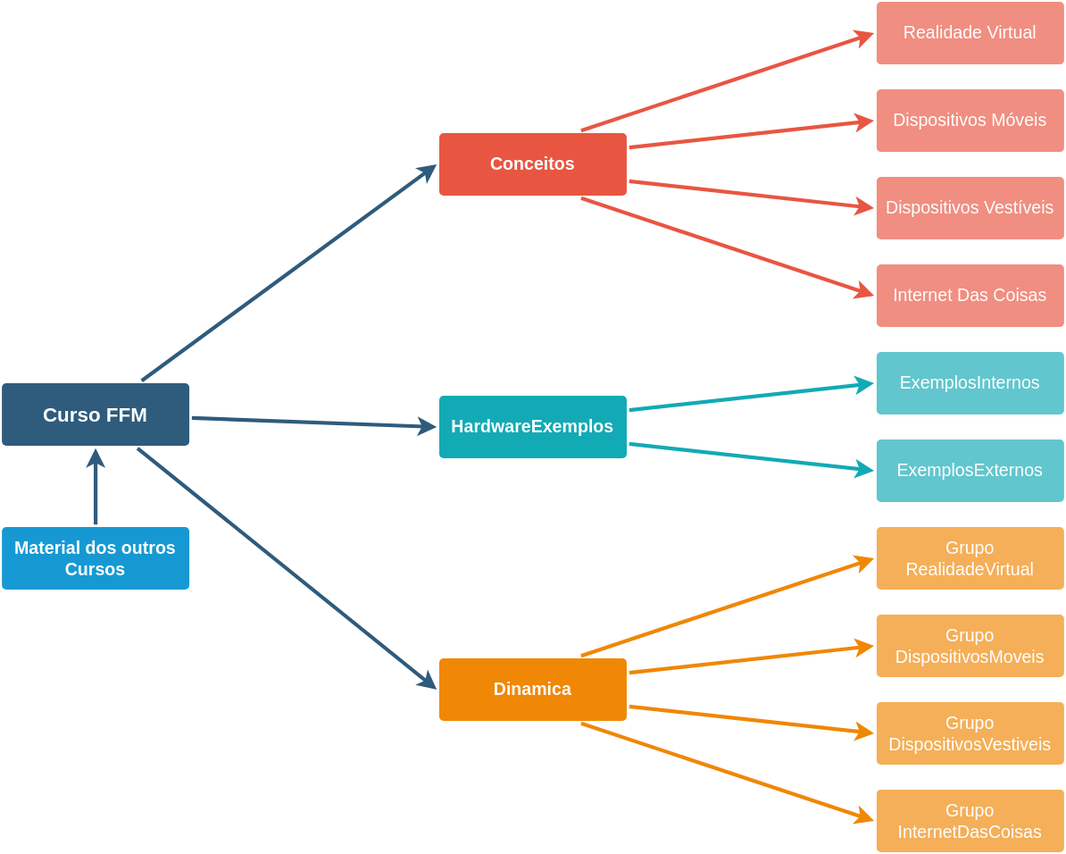
Before: VisaoGeral.drawio.svg, a diagram exported from draw.io (dalton-reis/cursoFFM). Source tidied: cells renumbered, new cells last; positions are measured from the earlier drawing's top-left corner, leaving out a move shared by most shapes. Its diagram source:
```xml
<mxGraphModel>
  <root>
    <mxCell id="0" />
    <mxCell id="1" parent="0" />
    <mxCell id="2" style="edgeStyle=none;rounded=0;jumpStyle=none;html=1;shadow=0;labelBackgroundColor=none;startArrow=none;startFill=0;endArrow=classic;endFill=1;jettySize=auto;strokeColor=#2F5B7C;strokeWidth=3;fontFamily=Helvetica;fontSize=16;fontColor=#23445D;spacing=5;entryX=0;entryY=0.5;entryDx=0;entryDy=0;" parent="1" edge="1" source="6" target="24">
      <mxGeometry relative="1" as="geometry" />
    </mxCell>
    <mxCell id="3" style="edgeStyle=none;rounded=0;jumpStyle=none;html=1;shadow=0;labelBackgroundColor=none;startArrow=none;startFill=0;endArrow=classic;endFill=1;jettySize=auto;strokeColor=#2F5B7C;strokeWidth=3;fontFamily=Helvetica;fontSize=16;fontColor=#23445D;spacing=5;entryX=0;entryY=0.5;entryDx=0;entryDy=0;" parent="1" edge="1" source="6" target="18">
      <mxGeometry relative="1" as="geometry" />
    </mxCell>
    <mxCell id="4" style="edgeStyle=none;rounded=0;jumpStyle=none;html=1;shadow=0;labelBackgroundColor=none;startArrow=none;startFill=0;endArrow=classic;endFill=1;jettySize=auto;strokeColor=#2F5B7C;strokeWidth=3;fontFamily=Helvetica;fontSize=16;fontColor=#23445D;spacing=5;entryX=0.5;entryY=1;entryDx=0;entryDy=0;exitX=0.5;exitY=0;exitDx=0;exitDy=0;" parent="1" edge="1" source="14" target="6">
      <mxGeometry relative="1" as="geometry" />
    </mxCell>
    <mxCell id="5" style="edgeStyle=none;rounded=0;jumpStyle=none;html=1;shadow=0;labelBackgroundColor=none;startArrow=none;startFill=0;endArrow=classic;endFill=1;jettySize=auto;strokeColor=#2F5B7C;strokeWidth=3;fontFamily=Helvetica;fontSize=16;fontColor=#23445D;spacing=5;entryX=0;entryY=0.5;entryDx=0;entryDy=0;" parent="1" edge="1" source="6" target="10">
      <mxGeometry relative="1" as="geometry" />
    </mxCell>
    <mxCell id="6" value="Curso FFM" style="rounded=1;whiteSpace=wrap;html=1;shadow=0;labelBackgroundColor=none;strokeColor=none;strokeWidth=3;fillColor=#2F5B7C;fontFamily=Helvetica;fontSize=16;fontColor=#FFFFFF;align=center;fontStyle=1;spacing=5;arcSize=7;perimeterSpacing=2;" parent="1" vertex="1">
      <mxGeometry y="305" width="150" height="50" as="geometry" />
    </mxCell>
    <mxCell id="7" style="edgeStyle=none;rounded=1;jumpStyle=none;html=1;shadow=0;labelBackgroundColor=none;startArrow=none;startFill=0;jettySize=auto;strokeColor=#E85642;strokeWidth=3;fontFamily=Helvetica;fontSize=14;fontColor=#FFFFFF;spacing=5;fontStyle=1;fillColor=#b0e3e6;exitX=0.75;exitY=0;exitDx=0;exitDy=0;entryX=0;entryY=0.5;entryDx=0;entryDy=0;" parent="1" edge="1" source="10" target="13">
      <mxGeometry relative="1" as="geometry" />
    </mxCell>
    <mxCell id="8" style="edgeStyle=none;rounded=1;jumpStyle=none;html=1;shadow=0;labelBackgroundColor=none;startArrow=none;startFill=0;jettySize=auto;strokeColor=#E85642;strokeWidth=3;fontFamily=Helvetica;fontSize=14;fontColor=#FFFFFF;spacing=5;fontStyle=1;fillColor=#b0e3e6;exitX=1;exitY=0.25;exitDx=0;exitDy=0;entryX=0;entryY=0.5;entryDx=0;entryDy=0;" parent="1" edge="1" source="10" target="12">
      <mxGeometry relative="1" as="geometry" />
    </mxCell>
    <mxCell id="9" style="edgeStyle=none;rounded=1;jumpStyle=none;html=1;shadow=0;labelBackgroundColor=none;startArrow=none;startFill=0;jettySize=auto;strokeColor=#E85642;strokeWidth=3;fontFamily=Helvetica;fontSize=14;fontColor=#FFFFFF;spacing=5;fontStyle=1;fillColor=#b0e3e6;exitX=1;exitY=0.75;exitDx=0;exitDy=0;entryX=0;entryY=0.5;entryDx=0;entryDy=0;" parent="1" edge="1" source="10" target="11">
      <mxGeometry relative="1" as="geometry" />
    </mxCell>
    <mxCell id="10" value="Conceitos" style="rounded=1;whiteSpace=wrap;html=1;shadow=0;labelBackgroundColor=none;strokeColor=none;strokeWidth=3;fillColor=#e85642;fontFamily=Helvetica;fontSize=14;fontColor=#FFFFFF;align=center;spacing=5;fontStyle=1;arcSize=7;perimeterSpacing=2;" parent="1" vertex="1">
      <mxGeometry x="350" y="105" width="150" height="50" as="geometry" />
    </mxCell>
    <mxCell id="11" value="Dispositivos Vestíveis" style="rounded=1;whiteSpace=wrap;html=1;shadow=0;labelBackgroundColor=none;strokeColor=none;strokeWidth=3;fillColor=#f08e81;fontFamily=Helvetica;fontSize=14;fontColor=#FFFFFF;align=center;spacing=5;fontStyle=0;arcSize=7;perimeterSpacing=2;" parent="1" vertex="1">
      <mxGeometry x="700" y="140" width="150" height="50" as="geometry" />
    </mxCell>
    <mxCell id="12" value="Dispositivos Móveis" style="rounded=1;whiteSpace=wrap;html=1;shadow=0;labelBackgroundColor=none;strokeColor=none;strokeWidth=3;fillColor=#f08e81;fontFamily=Helvetica;fontSize=14;fontColor=#FFFFFF;align=center;spacing=5;fontStyle=0;arcSize=7;perimeterSpacing=2;" parent="1" vertex="1">
      <mxGeometry x="700" y="70" width="150" height="50" as="geometry" />
    </mxCell>
    <mxCell id="13" value="Realidade Virtual" style="rounded=1;whiteSpace=wrap;html=1;shadow=0;labelBackgroundColor=none;strokeColor=none;strokeWidth=3;fillColor=#f08e81;fontFamily=Helvetica;fontSize=14;fontColor=#FFFFFF;align=center;spacing=5;fontStyle=0;arcSize=7;perimeterSpacing=2;" parent="1" vertex="1">
      <mxGeometry x="700" width="150" height="50" as="geometry" />
    </mxCell>
    <mxCell id="14" value="Material dos outros Cursos" style="rounded=1;whiteSpace=wrap;html=1;shadow=0;labelBackgroundColor=none;strokeColor=none;strokeWidth=3;fillColor=#1699d3;fontFamily=Helvetica;fontSize=14;fontColor=#FFFFFF;align=center;spacing=5;fontStyle=1;arcSize=7;perimeterSpacing=2;" parent="1" vertex="1">
      <mxGeometry y="420" width="150" height="50" as="geometry" />
    </mxCell>
    <mxCell id="15" value="Grupo&lt;br&gt;DispositivosVestiveis" style="rounded=1;whiteSpace=wrap;html=1;shadow=0;labelBackgroundColor=none;strokeColor=none;strokeWidth=3;fillColor=#f5af58;fontFamily=Helvetica;fontSize=14;fontColor=#FFFFFF;align=center;spacing=5;arcSize=7;perimeterSpacing=2;" parent="1" vertex="1">
      <mxGeometry x="700" y="560" width="150" height="50" as="geometry" />
    </mxCell>
    <mxCell id="16" value="Grupo&lt;br&gt;DispositivosMoveis" style="rounded=1;whiteSpace=wrap;html=1;shadow=0;labelBackgroundColor=none;strokeColor=none;strokeWidth=3;fillColor=#f5af58;fontFamily=Helvetica;fontSize=14;fontColor=#FFFFFF;align=center;spacing=5;arcSize=7;perimeterSpacing=2;" parent="1" vertex="1">
      <mxGeometry x="700" y="490" width="150" height="50" as="geometry" />
    </mxCell>
    <mxCell id="17" style="edgeStyle=none;rounded=0;jumpStyle=none;html=1;shadow=0;labelBackgroundColor=none;startArrow=none;startFill=0;endArrow=classic;endFill=1;jettySize=auto;strokeColor=#F08705;strokeWidth=3;fontFamily=Helvetica;fontSize=14;fontColor=#FFFFFF;spacing=5;exitX=0.75;exitY=0;exitDx=0;exitDy=0;entryX=0;entryY=0.5;entryDx=0;entryDy=0;" parent="1" edge="1" source="24" target="25">
      <mxGeometry relative="1" as="geometry" />
    </mxCell>
    <mxCell id="18" value="HardwareExemplos" style="rounded=1;whiteSpace=wrap;html=1;shadow=0;labelBackgroundColor=none;strokeColor=none;strokeWidth=3;fillColor=#12aab5;fontFamily=Helvetica;fontSize=14;fontColor=#FFFFFF;align=center;spacing=5;fontStyle=1;arcSize=7;perimeterSpacing=2;" parent="1" vertex="1">
      <mxGeometry x="350" y="315" width="150" height="50" as="geometry" />
    </mxCell>
    <mxCell id="19" value="ExemplosExternos" style="rounded=1;whiteSpace=wrap;html=1;shadow=0;labelBackgroundColor=none;strokeColor=none;strokeWidth=3;fillColor=#61c6ce;fontFamily=Helvetica;fontSize=14;fontColor=#FFFFFF;align=center;spacing=5;fontStyle=0;arcSize=7;perimeterSpacing=2;" parent="1" vertex="1">
      <mxGeometry x="700" y="350" width="150" height="50" as="geometry" />
    </mxCell>
    <mxCell id="20" value="ExemplosInternos" style="rounded=1;whiteSpace=wrap;html=1;shadow=0;labelBackgroundColor=none;strokeColor=none;strokeWidth=3;fillColor=#61c6ce;fontFamily=Helvetica;fontSize=14;fontColor=#FFFFFF;align=center;spacing=5;fontStyle=0;arcSize=7;perimeterSpacing=2;" parent="1" vertex="1">
      <mxGeometry x="700" y="280" width="150" height="50" as="geometry" />
    </mxCell>
    <mxCell id="21" style="edgeStyle=none;rounded=1;jumpStyle=none;html=1;shadow=0;labelBackgroundColor=none;startArrow=none;startFill=0;jettySize=auto;strokeColor=#12AAB5;strokeWidth=3;fontFamily=Helvetica;fontSize=14;fontColor=#FFFFFF;spacing=5;fontStyle=1;fillColor=#b0e3e6;exitX=1;exitY=0.25;exitDx=0;exitDy=0;entryX=0;entryY=0.5;entryDx=0;entryDy=0;" parent="1" edge="1" source="18" target="20">
      <mxGeometry relative="1" as="geometry" />
    </mxCell>
    <mxCell id="22" value="Internet Das Coisas" style="rounded=1;whiteSpace=wrap;html=1;shadow=0;labelBackgroundColor=none;strokeColor=none;strokeWidth=3;fillColor=#f08e81;fontFamily=Helvetica;fontSize=14;fontColor=#FFFFFF;align=center;spacing=5;fontStyle=0;arcSize=7;perimeterSpacing=2;" parent="1" vertex="1">
      <mxGeometry x="700" y="210" width="150" height="50" as="geometry" />
    </mxCell>
    <mxCell id="23" value="Grupo&lt;br&gt;InternetDasCoisas" style="rounded=1;whiteSpace=wrap;html=1;shadow=0;labelBackgroundColor=none;strokeColor=none;strokeWidth=3;fillColor=#f5af58;fontFamily=Helvetica;fontSize=14;fontColor=#FFFFFF;align=center;spacing=5;arcSize=7;perimeterSpacing=2;" parent="1" vertex="1">
      <mxGeometry x="700" y="630" width="150" height="50" as="geometry" />
    </mxCell>
    <mxCell id="24" value="Dinamica" style="rounded=1;whiteSpace=wrap;html=1;shadow=0;labelBackgroundColor=none;strokeColor=none;strokeWidth=3;fillColor=#F08705;fontFamily=Helvetica;fontSize=14;fontColor=#FFFFFF;align=center;spacing=5;fontStyle=1;arcSize=7;perimeterSpacing=2;" parent="1" vertex="1">
      <mxGeometry x="350" y="525" width="150" height="50" as="geometry" />
    </mxCell>
    <mxCell id="25" value="Grupo&lt;br&gt;RealidadeVirtual" style="rounded=1;whiteSpace=wrap;html=1;shadow=0;labelBackgroundColor=none;strokeColor=none;strokeWidth=3;fillColor=#f5af58;fontFamily=Helvetica;fontSize=14;fontColor=#FFFFFF;align=center;spacing=5;arcSize=7;perimeterSpacing=2;" parent="1" vertex="1">
      <mxGeometry x="700" y="420" width="150" height="50" as="geometry" />
    </mxCell>
    <mxCell id="26" style="edgeStyle=none;rounded=1;jumpStyle=none;html=1;shadow=0;labelBackgroundColor=none;startArrow=none;startFill=0;jettySize=auto;strokeColor=#E85642;strokeWidth=3;fontFamily=Helvetica;fontSize=14;fontColor=#FFFFFF;spacing=5;fontStyle=1;fillColor=#b0e3e6;exitX=0.75;exitY=1;exitDx=0;exitDy=0;entryX=0;entryY=0.5;entryDx=0;entryDy=0;" parent="1" edge="1" source="10" target="22">
      <mxGeometry relative="1" as="geometry" />
    </mxCell>
    <mxCell id="27" style="edgeStyle=none;rounded=1;jumpStyle=none;html=1;shadow=0;labelBackgroundColor=none;startArrow=none;startFill=0;jettySize=auto;strokeColor=#12AAB5;strokeWidth=3;fontFamily=Helvetica;fontSize=14;fontColor=#FFFFFF;spacing=5;fontStyle=1;fillColor=#b0e3e6;exitX=1;exitY=0.75;exitDx=0;exitDy=0;entryX=0;entryY=0.5;entryDx=0;entryDy=0;" parent="1" edge="1" source="18" target="19">
      <mxGeometry relative="1" as="geometry" />
    </mxCell>
    <mxCell id="28" style="edgeStyle=none;rounded=0;jumpStyle=none;html=1;shadow=0;labelBackgroundColor=none;startArrow=none;startFill=0;endArrow=classic;endFill=1;jettySize=auto;strokeColor=#F08705;strokeWidth=3;fontFamily=Helvetica;fontSize=14;fontColor=#FFFFFF;spacing=5;exitX=1;exitY=0.75;exitDx=0;exitDy=0;entryX=0;entryY=0.5;entryDx=0;entryDy=0;" parent="1" edge="1" source="24" target="15">
      <mxGeometry relative="1" as="geometry" />
    </mxCell>
    <mxCell id="29" style="edgeStyle=none;rounded=0;jumpStyle=none;html=1;shadow=0;labelBackgroundColor=none;startArrow=none;startFill=0;endArrow=classic;endFill=1;jettySize=auto;strokeColor=#F08705;strokeWidth=3;fontFamily=Helvetica;fontSize=14;fontColor=#FFFFFF;spacing=5;exitX=1;exitY=0.25;exitDx=0;exitDy=0;entryX=0;entryY=0.5;entryDx=0;entryDy=0;" parent="1" edge="1" source="24" target="16">
      <mxGeometry relative="1" as="geometry" />
    </mxCell>
    <mxCell id="30" style="edgeStyle=none;rounded=0;jumpStyle=none;html=1;shadow=0;labelBackgroundColor=none;startArrow=none;startFill=0;endArrow=classic;endFill=1;jettySize=auto;strokeColor=#F08705;strokeWidth=3;fontFamily=Helvetica;fontSize=14;fontColor=#FFFFFF;spacing=5;exitX=0.75;exitY=1;exitDx=0;exitDy=0;entryX=0;entryY=0.5;entryDx=0;entryDy=0;" parent="1" edge="1" source="24" target="23">
      <mxGeometry relative="1" as="geometry" />
    </mxCell>
  </root>
</mxGraphModel>
```
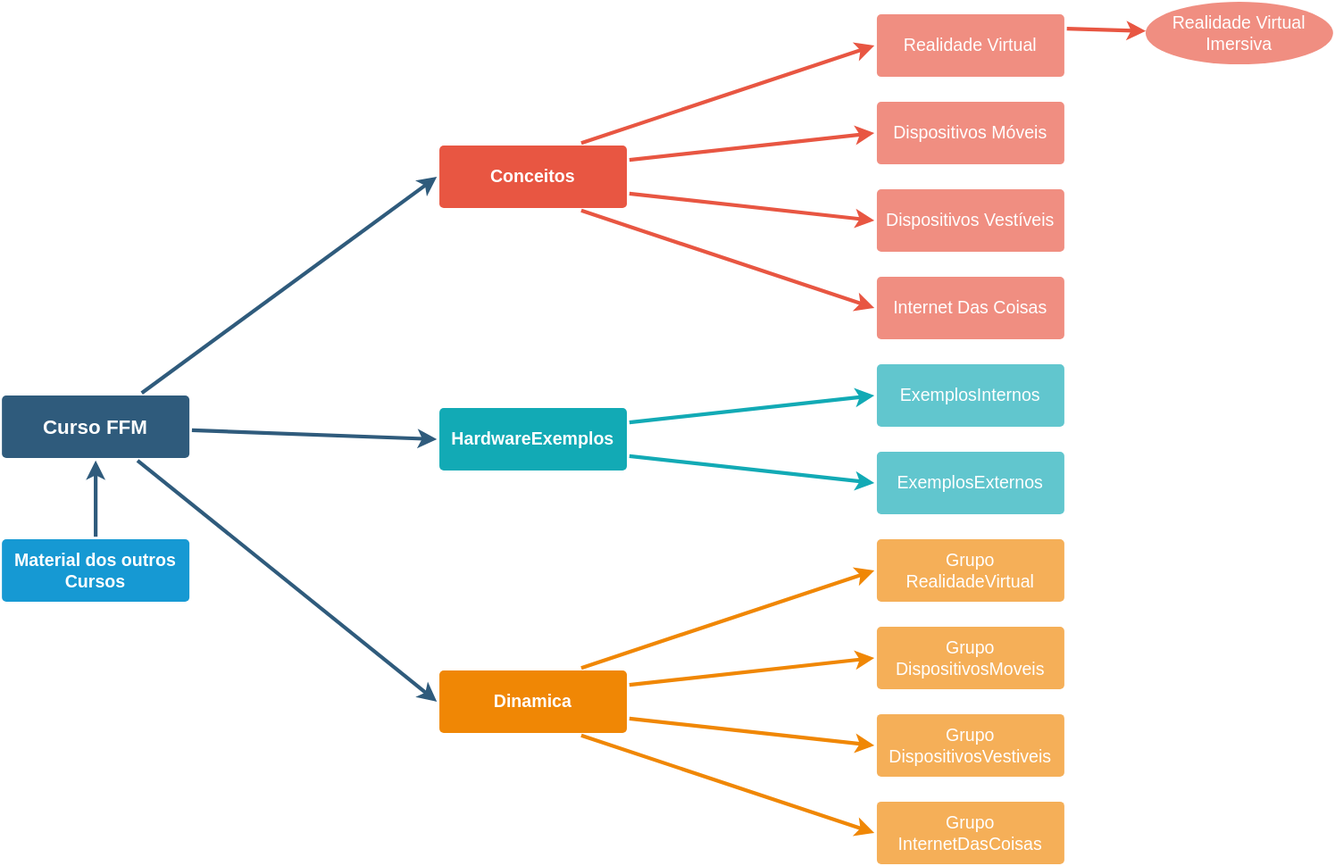
The same diagram one commit later.

What changed in the source:
```diff
@@ -89,5 +89,11 @@
     <mxCell id="30" style="edgeStyle=none;rounded=0;jumpStyle=none;html=1;shadow=0;labelBackgroundColor=none;startArrow=none;startFill=0;endArrow=classic;endFill=1;jettySize=auto;strokeColor=#F08705;strokeWidth=3;fontFamily=Helvetica;fontSize=14;fontColor=#FFFFFF;spacing=5;exitX=0.75;exitY=1;exitDx=0;exitDy=0;entryX=0;entryY=0.5;entryDx=0;entryDy=0;" parent="1" edge="1" source="24" target="23">
       <mxGeometry relative="1" as="geometry" />
     </mxCell>
+    <mxCell id="31" value="Realidade Virtual Imersiva" style="ellipse;whiteSpace=wrap;html=1;fontSize=14;fillColor=#f08e81;strokeColor=none;fontColor=#FFFFFF;rounded=1;shadow=0;labelBackgroundColor=none;strokeWidth=3;spacing=5;fontStyle=0;arcSize=7;" parent="1" vertex="1">
+      <mxGeometry x="915" y="-10" width="150" height="50" as="geometry" />
+    </mxCell>
+    <mxCell id="32" style="edgeStyle=none;rounded=1;jumpStyle=none;html=1;shadow=0;labelBackgroundColor=none;startArrow=none;startFill=0;jettySize=auto;strokeColor=#E85642;strokeWidth=3;fontFamily=Helvetica;fontSize=14;fontColor=#FFFFFF;spacing=5;fontStyle=1;fillColor=#b0e3e6;exitX=1;exitY=0.25;exitDx=0;exitDy=0;" parent="1" edge="1" source="13" target="31">
+      <mxGeometry relative="1" as="geometry" />
+    </mxCell>
   </root>
 </mxGraphModel>
```
